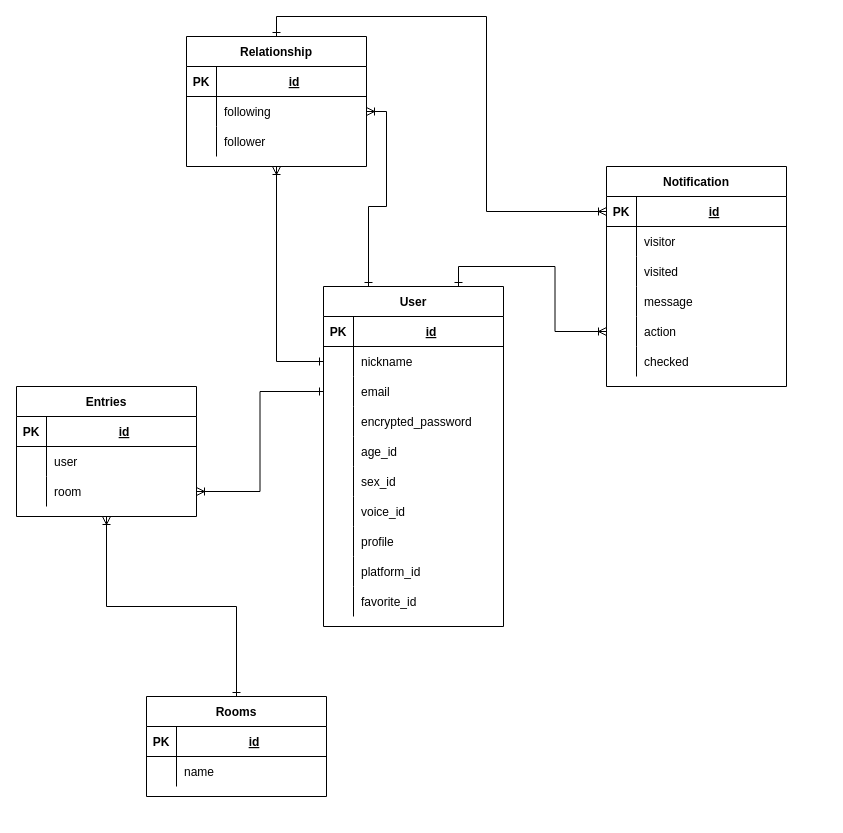
Earlier version of the draw.io diagram g_connect.dio (Yuto20/g-connect). Source tidied: cells renumbered, new cells numbered last; positions are measured from the earlier drawing's top-left corner, leaving out a move shared by most shapes. Both pictures are drawn from the tidied source at 100%, with x=0, y=0 at pixel (16, 36).
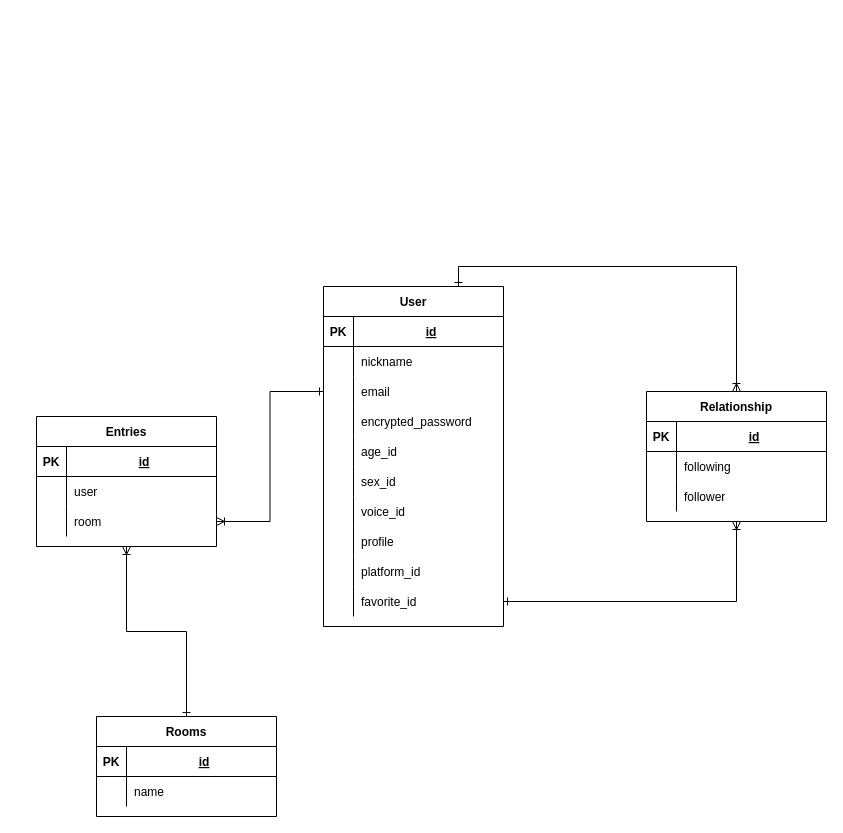
After the change.

The change refers to these unchanged cells:
```xml
<mxCell id="4" value="User" style="shape=table;startSize=30;childLayout=tableLayout;rowLines=0;fontStyle=1;align=center;" parent="1" vertex="1">
  <mxGeometry x="307" y="250" width="180" height="340" as="geometry" />
</mxCell>
<mxCell id="8" style="shape=partialRectangle;fillColor=none;top=0;left=0;bottom=0;right=0;points=[[0,0.5],[1,0.5]];portConstraint=eastwest;" parent="4" vertex="1">
  <mxGeometry y="60" width="180" height="30" as="geometry" />
</mxCell>
<mxCell id="32" style="shape=partialRectangle;fillColor=none;top=0;left=0;bottom=0;right=0;points=[[0,0.5],[1,0.5]];portConstraint=eastwest;" parent="4" vertex="1">
  <mxGeometry y="300" width="180" height="30" as="geometry" />
</mxCell>
<mxCell id="78" style="shape=partialRectangle;fillColor=none;top=0;left=0;bottom=0;right=0;points=[[0,0.5],[1,0.5]];portConstraint=eastwest;" parent="74" vertex="1">
  <mxGeometry y="60" width="180" height="30" as="geometry" />
</mxCell>
```

What changed in the source:
```diff
@@
-    <mxCell id="2" style="edgeStyle=orthogonalEdgeStyle;rounded=0;jettySize=auto;html=1;exitX=0.75;exitY=0;exitDx=0;exitDy=0;entryX=0;entryY=0.5;entryDx=0;entryDy=0;startArrow=ERone;startFill=0;endArrow=ERoneToMany;endFill=0;" parent="1" edge="1" source="4" target="66">
-      <mxGeometry relative="1" as="geometry" />
-    </mxCell>
-    <mxCell id="3" style="edgeStyle=orthogonalEdgeStyle;rounded=0;jettySize=auto;html=1;exitX=0.25;exitY=0;exitDx=0;exitDy=0;startArrow=ERone;startFill=0;endArrow=ERoneToMany;endFill=0;" parent="1" edge="1" source="4" target="78">
-      <mxGeometry relative="1" as="geometry" />
-    </mxCell>
+    <mxCell id="85" style="edgeStyle=orthogonalEdgeStyle;rounded=0;jettySize=auto;html=1;exitX=0.75;exitY=0;exitDx=0;exitDy=0;entryX=0.5;entryY=0;entryDx=0;entryDy=0;endArrow=ERoneToMany;endFill=0;startArrow=ERone;startFill=0;" parent="1" edge="1" source="4" target="74">
+      <mxGeometry relative="1" as="geometry" />
+    </mxCell>
@@
     <mxCell id="35" value="Entries" style="shape=table;startSize=30;childLayout=tableLayout;rowLines=0;fontStyle=1;align=center;" parent="1" vertex="1">
-      <mxGeometry y="350" width="180" height="130" as="geometry" />
+      <mxGeometry x="20" y="380" width="180" height="130" as="geometry" />
     </mxCell>
@@
     <mxCell id="46" value="Rooms" style="shape=table;startSize=30;childLayout=tableLayout;rowLines=0;fontStyle=1;align=center;" parent="1" vertex="1">
-      <mxGeometry x="130" y="660" width="180" height="100" as="geometry" />
+      <mxGeometry x="80" y="680" width="180" height="100" as="geometry" />
     </mxCell>
@@
-    <mxCell id="53" value="Notification" style="shape=table;startSize=30;childLayout=tableLayout;rowLines=0;fontStyle=1;align=center;" parent="1" vertex="1">
-      <mxGeometry x="590" y="130" width="180" height="220" as="geometry" />
-    </mxCell>
-    <mxCell id="54" style="shape=partialRectangle;fillColor=none;top=0;left=0;bottom=1;right=0;points=[[0,0.5],[1,0.5]];portConstraint=eastwest;" parent="53" vertex="1">
-      <mxGeometry y="30" width="180" height="30" as="geometry" />
-    </mxCell>
-    <mxCell id="55" value="PK" style="shape=partialRectangle;fillColor=none;top=0;left=0;bottom=0;right=0;fontStyle=1;overflow=hidden;" parent="54" vertex="1">
-      <mxGeometry width="30" height="30" as="geometry" />
-    </mxCell>
-    <mxCell id="56" value="id" style="shape=partialRectangle;fillColor=none;top=0;left=0;bottom=0;right=0;align=center;spacingLeft=6;fontStyle=5;overflow=hidden;" parent="54" vertex="1">
-      <mxGeometry x="30" width="150" height="30" as="geometry" />
-    </mxCell>
-    <mxCell id="57" style="shape=partialRectangle;fillColor=none;top=0;left=0;bottom=0;right=0;" parent="53" vertex="1">
-      <mxGeometry y="60" width="180" height="30" as="geometry" />
-    </mxCell>
-    <mxCell id="58" style="shape=partialRectangle;fillColor=none;top=0;left=0;bottom=0;right=0;overflow=hidden;" parent="57" vertex="1">
-      <mxGeometry width="30" height="30" as="geometry" />
-    </mxCell>
-    <mxCell id="59" value="visitor" style="shape=partialRectangle;fillColor=none;top=0;left=0;bottom=0;right=0;align=left;spacingLeft=6;overflow=hidden;" parent="57" vertex="1">
-      <mxGeometry x="30" width="150" height="30" as="geometry" />
-    </mxCell>
-    <mxCell id="60" style="shape=partialRectangle;fillColor=none;top=0;left=0;bottom=0;right=0;" parent="53" vertex="1">
-      <mxGeometry y="90" width="180" height="30" as="geometry" />
-    </mxCell>
-    <mxCell id="61" style="shape=partialRectangle;fillColor=none;top=0;left=0;bottom=0;right=0;overflow=hidden;" parent="60" vertex="1">
-      <mxGeometry width="30" height="30" as="geometry" />
-    </mxCell>
-    <mxCell id="62" value="visited" style="shape=partialRectangle;fillColor=none;top=0;left=0;bottom=0;right=0;align=left;spacingLeft=6;overflow=hidden;" parent="60" vertex="1">
-      <mxGeometry x="30" width="150" height="30" as="geometry" />
-    </mxCell>
-    <mxCell id="63" style="shape=partialRectangle;fillColor=none;top=0;left=0;bottom=0;right=0;" parent="53" vertex="1">
-      <mxGeometry y="120" width="180" height="30" as="geometry" />
-    </mxCell>
-    <mxCell id="64" style="shape=partialRectangle;fillColor=none;top=0;left=0;bottom=0;right=0;overflow=hidden;" parent="63" vertex="1">
-      <mxGeometry width="30" height="30" as="geometry" />
-    </mxCell>
-    <mxCell id="65" value="message" style="shape=partialRectangle;fillColor=none;top=0;left=0;bottom=0;right=0;align=left;spacingLeft=6;overflow=hidden;" parent="63" vertex="1">
-      <mxGeometry x="30" width="150" height="30" as="geometry" />
-    </mxCell>
-    <mxCell id="66" style="shape=partialRectangle;fillColor=none;top=0;left=0;bottom=0;right=0;points=[[0,0.5],[1,0.5]];portConstraint=eastwest;" parent="53" vertex="1">
-      <mxGeometry y="150" width="180" height="30" as="geometry" />
-    </mxCell>
-    <mxCell id="67" style="shape=partialRectangle;fillColor=none;top=0;left=0;bottom=0;right=0;overflow=hidden;" parent="66" vertex="1">
-      <mxGeometry width="30" height="30" as="geometry" />
-    </mxCell>
-    <mxCell id="68" value="action" style="shape=partialRectangle;fillColor=none;top=0;left=0;bottom=0;right=0;align=left;spacingLeft=6;overflow=hidden;" parent="66" vertex="1">
-      <mxGeometry x="30" width="150" height="30" as="geometry" />
-    </mxCell>
-    <mxCell id="69" style="shape=partialRectangle;fillColor=none;top=0;left=0;bottom=0;right=0;" parent="53" vertex="1">
-      <mxGeometry y="180" width="180" height="30" as="geometry" />
-    </mxCell>
-    <mxCell id="70" style="shape=partialRectangle;fillColor=none;top=0;left=0;bottom=0;right=0;overflow=hidden;" parent="69" vertex="1">
-      <mxGeometry width="30" height="30" as="geometry" />
-    </mxCell>
-    <mxCell id="71" value="checked" style="shape=partialRectangle;fillColor=none;top=0;left=0;bottom=0;right=0;align=left;spacingLeft=6;overflow=hidden;" parent="69" vertex="1">
-      <mxGeometry x="30" width="150" height="30" as="geometry" />
-    </mxCell>
@@
-    <mxCell id="73" style="edgeStyle=orthogonalEdgeStyle;rounded=0;jettySize=auto;html=1;exitX=0.5;exitY=0;exitDx=0;exitDy=0;entryX=0;entryY=0.5;entryDx=0;entryDy=0;startArrow=ERone;startFill=0;endArrow=ERoneToMany;endFill=0;" parent="1" edge="1" source="74" target="54">
-      <mxGeometry relative="1" as="geometry" />
-    </mxCell>
     <mxCell id="74" value="Relationship" style="shape=table;startSize=30;childLayout=tableLayout;rowLines=0;fontStyle=1;align=center;" parent="1" vertex="1">
-      <mxGeometry x="170" width="180" height="130" as="geometry" />
+      <mxGeometry x="630" y="355" width="180" height="130" as="geometry" />
     </mxCell>
@@
-    <mxCell id="84" style="edgeStyle=orthogonalEdgeStyle;rounded=0;jettySize=auto;html=1;exitX=0;exitY=0.5;exitDx=0;exitDy=0;startArrow=ERone;startFill=0;endArrow=ERoneToMany;endFill=0;entryX=0.5;entryY=1;entryDx=0;entryDy=0;" parent="1" edge="1" source="8" target="74">
-      <mxGeometry relative="1" as="geometry" />
-    </mxCell>
+    <mxCell id="86" style="edgeStyle=orthogonalEdgeStyle;rounded=0;jettySize=auto;html=1;exitX=1;exitY=0.5;exitDx=0;exitDy=0;entryX=0.5;entryY=1;entryDx=0;entryDy=0;startArrow=ERone;startFill=0;endArrow=ERoneToMany;endFill=0;" parent="1" edge="1" source="32" target="74">
+      <mxGeometry relative="1" as="geometry" />
+    </mxCell>
```
